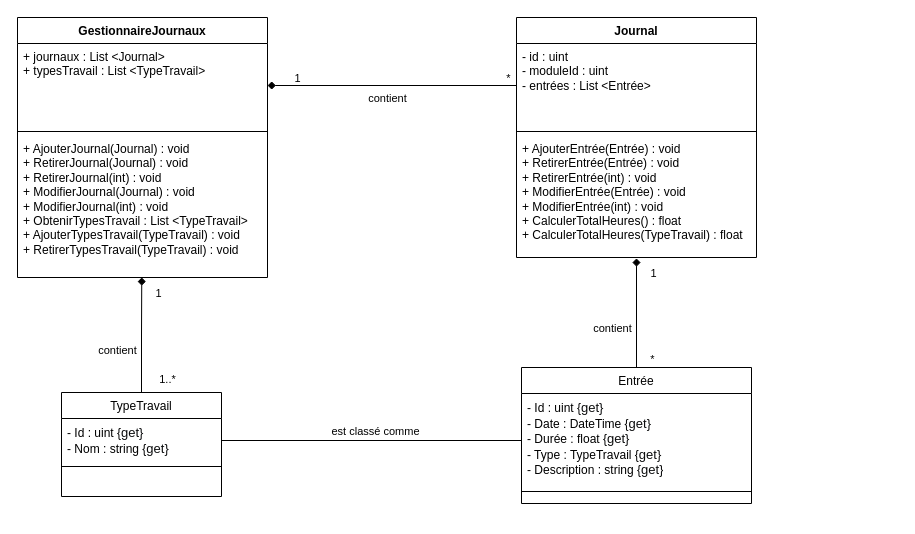
Above: page "Classes Gestion Journaux" (2 of 3) of Diagrammes/Diagrammes.drawio in Hoferlukaslh/ScholarLog (draw.io), before the change. Source tidied: cells renumbered, new cells numbered last; positions are measured from the earlier drawing's top-left corner, leaving out a move shared by most shapes. Both pictures are drawn from the tidied source at 100%, with x=0, y=0 at pixel (17, 17).
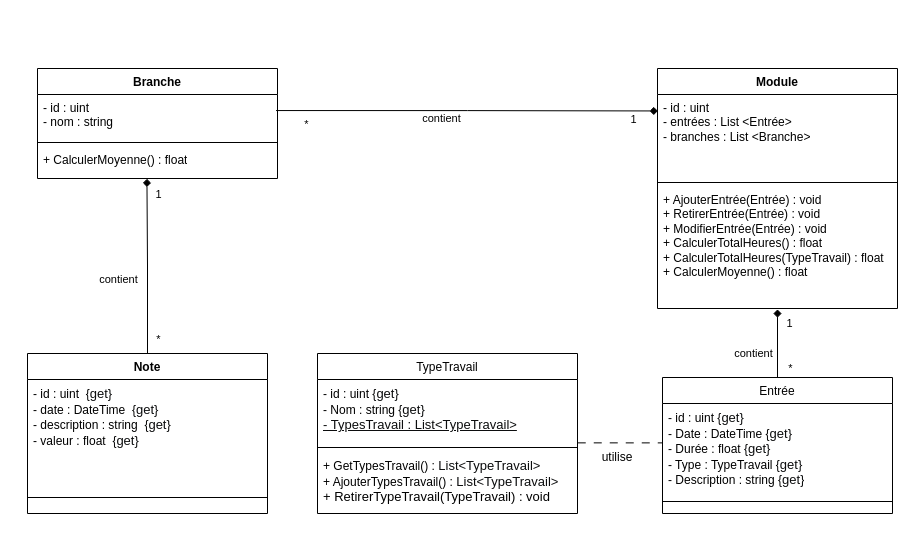
Above is the later version.

Commit message (it also covers changes not shown here):
Modification complete du diagramme de classe

The change refers to these unchanged cells:
```xml
<mxCell id="18" style="edgeStyle=orthogonalEdgeStyle;rounded=0;jettySize=auto;html=1;entryX=0.5;entryY=1.007;entryDx=0;entryDy=0;endArrow=diamond;endFill=1;entryPerimeter=0;exitX=0.5;exitY=0;exitDx=0;exitDy=0;" parent="1" edge="1" source="14" target="9">
  <mxGeometry relative="1" as="geometry" />
</mxCell>
```

Change to the diagram source:
```diff
@@
-    <mxCell id="2" value="GestionnaireJournaux" style="swimlane;fontStyle=1;align=center;verticalAlign=top;horizontal=1;startSize=26;whiteSpace=wrap;html=1;" parent="1" vertex="1">
-      <mxGeometry width="250" height="260" as="geometry" />
-    </mxCell>
-    <mxCell id="3" value="+ journaux : List &amp;lt;Journal&amp;gt;&lt;div&gt;+ typesTravail : List &amp;lt;TypeTravail&amp;gt;&lt;/div&gt;" style="text;strokeColor=none;fillColor=none;align=left;verticalAlign=top;spacingLeft=4;spacingRight=4;overflow=hidden;points=[[0,0.5],[1,0.5]];portConstraint=eastwest;whiteSpace=wrap;html=1;" parent="2" vertex="1">
-      <mxGeometry y="26" width="250" height="84" as="geometry" />
-    </mxCell>
-    <mxCell id="4" style="line;strokeWidth=1;fillColor=none;align=left;verticalAlign=middle;spacingTop=-1;spacingLeft=3;spacingRight=3;labelPosition=right;strokeColor=inherit;" parent="2" vertex="1">
-      <mxGeometry y="110" width="250" height="8" as="geometry" />
-    </mxCell>
-    <mxCell id="5" value="&lt;div&gt;+ AjouterJournal(Journal) : void&lt;/div&gt;&lt;div&gt;+ RetirerJournal(Journal) : void&lt;/div&gt;&lt;div&gt;+ RetirerJournal(int) : void&lt;/div&gt;&lt;div&gt;+ ModifierJournal(Journal) : void&lt;/div&gt;&lt;div&gt;+ ModifierJournal(int) : void&lt;/div&gt;&lt;div&gt;+ ObtenirTypesTravail :&amp;nbsp;&lt;span style=&quot;color: light-dark(rgb(0, 0, 0), rgb(255, 255, 255)); background-color: transparent;&quot;&gt;List &amp;lt;TypeTravail&amp;gt;&lt;/span&gt;&lt;/div&gt;&lt;div&gt;+ AjouterTypesTravail(&lt;span style=&quot;color: light-dark(rgb(0, 0, 0), rgb(255, 255, 255)); background-color: transparent;&quot;&gt;TypeTravail&lt;/span&gt;&lt;span style=&quot;color: light-dark(rgb(0, 0, 0), rgb(255, 255, 255)); background-color: transparent;&quot;&gt;) : void&lt;/span&gt;&lt;span style=&quot;color: light-dark(rgb(0, 0, 0), rgb(255, 255, 255)); background-color: transparent;&quot;&gt;&lt;/span&gt;&lt;/div&gt;&lt;div&gt;+ RetirerTypesTravail(&lt;span style=&quot;background-color: transparent; color: light-dark(rgb(0, 0, 0), rgb(255, 255, 255));&quot;&gt;TypeTravail&lt;/span&gt;&lt;span style=&quot;background-color: transparent; color: light-dark(rgb(0, 0, 0), rgb(255, 255, 255));&quot;&gt;) : void&lt;/span&gt;&lt;/div&gt;" style="text;strokeColor=none;fillColor=none;align=left;verticalAlign=top;spacingLeft=4;spacingRight=4;overflow=hidden;points=[[0,0.5],[1,0.5]];portConstraint=eastwest;whiteSpace=wrap;html=1;" parent="2" vertex="1">
-      <mxGeometry y="118" width="250" height="142" as="geometry" />
-    </mxCell>
-    <mxCell id="6" value="Journal" style="swimlane;fontStyle=1;align=center;verticalAlign=top;horizontal=1;startSize=26;whiteSpace=wrap;html=1;" parent="1" vertex="1">
-      <mxGeometry x="499" width="240" height="240" as="geometry" />
+    <mxCell id="6" value="Module" style="swimlane;fontStyle=1;align=center;verticalAlign=top;horizontal=1;startSize=26;whiteSpace=wrap;html=1;" parent="1" vertex="1">
+      <mxGeometry x="640" y="51" width="240" height="240" as="geometry" />
     </mxCell>
-    <mxCell id="7" value="- id : uint&lt;div&gt;- moduleId : uint&lt;br&gt;&lt;div&gt;&lt;div&gt;- entrées : List &amp;lt;Entrée&amp;gt;&lt;/div&gt;&lt;/div&gt;&lt;/div&gt;" style="text;strokeColor=none;fillColor=none;align=left;verticalAlign=top;spacingLeft=4;spacingRight=4;overflow=hidden;points=[[0,0.5],[1,0.5]];portConstraint=eastwest;whiteSpace=wrap;html=1;" parent="6" vertex="1">
+    <mxCell id="7" value="- id : uint&lt;div&gt;&lt;div&gt;&lt;div&gt;- entrées : List &amp;lt;Entrée&amp;gt;&lt;/div&gt;&lt;/div&gt;&lt;/div&gt;&lt;div&gt;- branches : List &amp;lt;Branche&amp;gt;&lt;/div&gt;&lt;div&gt;&lt;br&gt;&lt;/div&gt;" style="text;strokeColor=none;fillColor=none;align=left;verticalAlign=top;spacingLeft=4;spacingRight=4;overflow=hidden;points=[[0,0.5],[1,0.5]];portConstraint=eastwest;whiteSpace=wrap;html=1;" parent="6" vertex="1">
       <mxGeometry y="26" width="240" height="84" as="geometry" />
     </mxCell>
@@
-    <mxCell id="9" value="&lt;div&gt;+ AjouterEntrée(Entrée) : void&lt;/div&gt;&lt;div&gt;+&lt;span style=&quot;color: light-dark(rgb(0, 0, 0), rgb(255, 255, 255)); background-color: transparent;&quot;&gt;&amp;nbsp;RetirerEntrée(Entrée) : void&lt;/span&gt;&lt;/div&gt;&lt;div&gt;+&lt;span style=&quot;color: light-dark(rgb(0, 0, 0), rgb(255, 255, 255)); background-color: transparent;&quot;&gt;&amp;nbsp;RetirerEntrée(int) : void&lt;/span&gt;&lt;span style=&quot;color: light-dark(rgb(0, 0, 0), rgb(255, 255, 255)); background-color: transparent;&quot;&gt;&lt;/span&gt;&lt;/div&gt;&lt;div&gt;+ ModifierEntrée(Entrée) : void&lt;/div&gt;&lt;div&gt;+ ModifierEntrée(int) : void&lt;/div&gt;&lt;div&gt;&lt;div&gt;+ CalculerTotalHeures() : float&lt;/div&gt;&lt;div&gt;&lt;div&gt;+ CalculerTotalHeures(TypeTravail) : float&lt;/div&gt;&lt;div&gt;&lt;br&gt;&lt;/div&gt;&lt;/div&gt;&lt;/div&gt;&lt;div&gt;&lt;br&gt;&lt;/div&gt;" style="text;strokeColor=none;fillColor=none;align=left;verticalAlign=top;spacingLeft=4;spacingRight=4;overflow=hidden;points=[[0,0.5],[1,0.5]];portConstraint=eastwest;whiteSpace=wrap;html=1;" parent="6" vertex="1">
+    <mxCell id="9" value="&lt;div&gt;+ AjouterEntrée(Entrée) : void&lt;/div&gt;&lt;div&gt;+&lt;span style=&quot;color: light-dark(rgb(0, 0, 0), rgb(255, 255, 255)); background-color: transparent;&quot;&gt;&amp;nbsp;RetirerEntrée(Entrée) : void&lt;/span&gt;&lt;/div&gt;&lt;div&gt;+ ModifierEntrée(Entrée) : void&lt;/div&gt;&lt;div&gt;&lt;div&gt;+ CalculerTotalHeures() : float&lt;/div&gt;&lt;div&gt;&lt;div&gt;+ CalculerTotalHeures(TypeTravail) : float&lt;/div&gt;&lt;div&gt;+ CalculerMoyenne() : float&lt;/div&gt;&lt;/div&gt;&lt;/div&gt;&lt;div&gt;&lt;br&gt;&lt;/div&gt;" style="text;strokeColor=none;fillColor=none;align=left;verticalAlign=top;spacingLeft=4;spacingRight=4;overflow=hidden;points=[[0,0.5],[1,0.5]];portConstraint=eastwest;whiteSpace=wrap;html=1;" parent="6" vertex="1">
       <mxGeometry y="118" width="240" height="122" as="geometry" />
     </mxCell>
-    <mxCell id="10" style="edgeStyle=orthogonalEdgeStyle;rounded=0;jettySize=auto;html=1;entryX=1;entryY=0.5;entryDx=0;entryDy=0;endArrow=diamond;endFill=1;" parent="1" edge="1" source="7" target="3">
-      <mxGeometry relative="1" as="geometry" />
-    </mxCell>
-    <mxCell id="11" value="1" style="edgeLabel;html=1;align=center;verticalAlign=middle;" parent="10" vertex="1">
-      <mxGeometry x="0.77" y="1" relative="1" as="geometry">
-        <mxPoint y="-9" as="offset" />
-      </mxGeometry>
-    </mxCell>
-    <mxCell id="12" value="*" style="edgeLabel;html=1;align=center;verticalAlign=middle;" parent="10" vertex="1">
-      <mxGeometry x="-0.39" y="-1" relative="1" as="geometry">
-        <mxPoint x="67" y="-7" as="offset" />
-      </mxGeometry>
-    </mxCell>
-    <mxCell id="13" value="contient" style="edgeLabel;html=1;align=center;verticalAlign=middle;" parent="10" vertex="1">
-      <mxGeometry x="0.07" y="-2" relative="1" as="geometry">
-        <mxPoint x="3" y="14" as="offset" />
-      </mxGeometry>
-    </mxCell>
     <mxCell id="14" value="&lt;span style=&quot;font-weight: 400; text-align: left;&quot;&gt;Entrée&lt;/span&gt;" style="swimlane;fontStyle=1;align=center;verticalAlign=top;horizontal=1;startSize=26;whiteSpace=wrap;html=1;" parent="1" vertex="1">
-      <mxGeometry x="504" y="350" width="230" height="136" as="geometry" />
+      <mxGeometry x="645" y="360" width="230" height="136" as="geometry" />
     </mxCell>
-    <mxCell id="15" value="- Id : uint {&lt;font color=&quot;#0c0d0e&quot;&gt;&lt;span style=&quot;font-size: 13px;&quot;&gt;get}&lt;/span&gt;&lt;/font&gt;&lt;div&gt;- Date : DateTime&amp;nbsp;&lt;span style=&quot;background-color: transparent; color: light-dark(rgb(0, 0, 0), rgb(255, 255, 255));&quot;&gt;{&lt;/span&gt;&lt;font color=&quot;#0c0d0e&quot; style=&quot;background-color: transparent;&quot;&gt;&lt;span style=&quot;font-size: 13px;&quot;&gt;get}&lt;/span&gt;&lt;/font&gt;&lt;/div&gt;&lt;div&gt;- Durée : float {&lt;font color=&quot;#0c0d0e&quot;&gt;&lt;span style=&quot;font-size: 13px;&quot;&gt;get}&lt;/span&gt;&lt;/font&gt;&lt;br&gt;- Type : TypeTravail&amp;nbsp;&lt;span style=&quot;background-color: transparent; color: light-dark(rgb(0, 0, 0), rgb(255, 255, 255));&quot;&gt;{&lt;/span&gt;&lt;font color=&quot;#0c0d0e&quot; style=&quot;background-color: transparent;&quot;&gt;&lt;span style=&quot;font-size: 13px;&quot;&gt;get}&lt;/span&gt;&lt;/font&gt;&lt;/div&gt;&lt;div&gt;- Description : string&amp;nbsp;&lt;span style=&quot;background-color: transparent; color: light-dark(rgb(0, 0, 0), rgb(255, 255, 255));&quot;&gt;{&lt;/span&gt;&lt;font color=&quot;#0c0d0e&quot; style=&quot;background-color: transparent;&quot;&gt;&lt;span style=&quot;font-size: 13px;&quot;&gt;get}&lt;/span&gt;&lt;/font&gt;&lt;/div&gt;" style="text;strokeColor=none;fillColor=none;align=left;verticalAlign=top;spacingLeft=4;spacingRight=4;overflow=hidden;points=[[0,0.5],[1,0.5]];portConstraint=eastwest;whiteSpace=wrap;html=1;" parent="14" vertex="1">
+    <mxCell id="15" value="- id : uint {&lt;font color=&quot;#0c0d0e&quot;&gt;&lt;span style=&quot;font-size: 13px;&quot;&gt;get}&lt;/span&gt;&lt;/font&gt;&lt;div&gt;- Date : DateTime&amp;nbsp;&lt;span style=&quot;background-color: transparent; color: light-dark(rgb(0, 0, 0), rgb(255, 255, 255));&quot;&gt;{&lt;/span&gt;&lt;font color=&quot;#0c0d0e&quot; style=&quot;background-color: transparent;&quot;&gt;&lt;span style=&quot;font-size: 13px;&quot;&gt;get}&lt;/span&gt;&lt;/font&gt;&lt;/div&gt;&lt;div&gt;- Durée : float {&lt;font color=&quot;#0c0d0e&quot;&gt;&lt;span style=&quot;font-size: 13px;&quot;&gt;get}&lt;/span&gt;&lt;/font&gt;&lt;br&gt;- Type : TypeTravail&amp;nbsp;&lt;span style=&quot;background-color: transparent; color: light-dark(rgb(0, 0, 0), rgb(255, 255, 255));&quot;&gt;{&lt;/span&gt;&lt;font color=&quot;#0c0d0e&quot; style=&quot;background-color: transparent;&quot;&gt;&lt;span style=&quot;font-size: 13px;&quot;&gt;get}&lt;/span&gt;&lt;/font&gt;&lt;/div&gt;&lt;div&gt;- Description : string&amp;nbsp;&lt;span style=&quot;background-color: transparent; color: light-dark(rgb(0, 0, 0), rgb(255, 255, 255));&quot;&gt;{&lt;/span&gt;&lt;font color=&quot;#0c0d0e&quot; style=&quot;background-color: transparent;&quot;&gt;&lt;span style=&quot;font-size: 13px;&quot;&gt;get}&lt;/span&gt;&lt;/font&gt;&lt;/div&gt;" style="text;strokeColor=none;fillColor=none;align=left;verticalAlign=top;spacingLeft=4;spacingRight=4;overflow=hidden;points=[[0,0.5],[1,0.5]];portConstraint=eastwest;whiteSpace=wrap;html=1;" parent="14" vertex="1">
       <mxGeometry y="26" width="230" height="94" as="geometry" />
     </mxCell>
@@
     <mxCell id="19" value="1" style="edgeLabel;html=1;align=center;verticalAlign=middle;" parent="18" vertex="1">
       <mxGeometry x="0.77" y="1" relative="1" as="geometry">
-        <mxPoint x="17" y="2" as="offset" />
+        <mxPoint x="12" y="5" as="offset" />
       </mxGeometry>
     </mxCell>
     <mxCell id="20" value="*" style="edgeLabel;html=1;align=center;verticalAlign=middle;" parent="18" vertex="1">
       <mxGeometry x="-0.39" y="-1" relative="1" as="geometry">
-        <mxPoint x="14" y="24" as="offset" />
+        <mxPoint x="11" y="11" as="offset" />
       </mxGeometry>
     </mxCell>
@@
     <mxCell id="22" value="&lt;span style=&quot;font-weight: 400; text-align: left;&quot;&gt;TypeTravail&lt;/span&gt;" style="swimlane;fontStyle=1;align=center;verticalAlign=top;horizontal=1;startSize=26;whiteSpace=wrap;html=1;" parent="1" vertex="1">
-      <mxGeometry x="44" y="375" width="160" height="104" as="geometry" />
+      <mxGeometry x="300" y="336" width="260" height="160" as="geometry" />
     </mxCell>
-    <mxCell id="23" value="- Id : uint {&lt;font color=&quot;#0c0d0e&quot;&gt;&lt;span style=&quot;font-size: 13px;&quot;&gt;get}&lt;/span&gt;&lt;/font&gt;&lt;br&gt;- Nom : string {&lt;font color=&quot;#0c0d0e&quot;&gt;&lt;span style=&quot;font-size: 13px;&quot;&gt;get}&lt;/span&gt;&lt;/font&gt;" style="text;strokeColor=none;fillColor=none;align=left;verticalAlign=top;spacingLeft=4;spacingRight=4;overflow=hidden;points=[[0,0.5],[1,0.5]];portConstraint=eastwest;whiteSpace=wrap;html=1;" parent="22" vertex="1">
-      <mxGeometry y="26" width="160" height="44" as="geometry" />
+    <mxCell id="23" value="- id : uint {&lt;font color=&quot;#0c0d0e&quot;&gt;&lt;span style=&quot;font-size: 13px;&quot;&gt;get}&lt;/span&gt;&lt;/font&gt;&lt;br&gt;- Nom : string {&lt;font color=&quot;#0c0d0e&quot;&gt;&lt;span style=&quot;font-size: 13px;&quot;&gt;get}&lt;/span&gt;&lt;/font&gt;&lt;div&gt;&lt;font color=&quot;#0c0d0e&quot;&gt;&lt;span style=&quot;font-size: 13px;&quot;&gt;&lt;u&gt;- TypesTravail : List&amp;lt;TypeTravail&amp;gt;&lt;/u&gt;&lt;br&gt;&lt;/span&gt;&lt;/font&gt;&lt;div&gt;&lt;font color=&quot;#0c0d0e&quot;&gt;&lt;span style=&quot;font-size: 13px;&quot;&gt;&lt;br&gt;&lt;/span&gt;&lt;/font&gt;&lt;/div&gt;&lt;/div&gt;" style="text;strokeColor=none;fillColor=none;align=left;verticalAlign=top;spacingLeft=4;spacingRight=4;overflow=hidden;points=[[0,0.5],[1,0.5]];portConstraint=eastwest;whiteSpace=wrap;html=1;" parent="22" vertex="1">
+      <mxGeometry y="26" width="260" height="64" as="geometry" />
     </mxCell>
     <mxCell id="24" style="line;strokeWidth=1;fillColor=none;align=left;verticalAlign=middle;spacingTop=-1;spacingLeft=3;spacingRight=3;labelPosition=right;strokeColor=inherit;" parent="22" vertex="1">
-      <mxGeometry y="70" width="160" height="8" as="geometry" />
+      <mxGeometry y="90" width="260" height="8" as="geometry" />
     </mxCell>
-    <mxCell id="25" value="&amp;nbsp;" style="text;strokeColor=none;fillColor=none;align=left;verticalAlign=top;spacingLeft=4;spacingRight=4;overflow=hidden;whiteSpace=wrap;html=1;" parent="22" vertex="1">
-      <mxGeometry y="78" width="160" height="26" as="geometry" />
+    <mxCell id="25" value="+ GetTypesTravail() :&amp;nbsp;&lt;font&gt;&lt;span style=&quot;color: rgb(12, 13, 14); font-size: 13px;&quot;&gt;List&amp;lt;TypeTravail&amp;gt;&lt;br&gt;&lt;/span&gt;&lt;span style=&quot;color: rgb(0, 0, 0);&quot;&gt;+ AjouterTypesTravail() :&amp;nbsp;&lt;/span&gt;&lt;font color=&quot;#0c0d0e&quot;&gt;&lt;span style=&quot;font-size: 13px;&quot;&gt;List&amp;lt;TypeTravail&amp;gt;&lt;br&gt;&lt;/span&gt;&lt;/font&gt;&lt;span style=&quot;font-size: 13px;&quot;&gt;+ RetirerTypeTravail(TypeTravail) : void&lt;/span&gt;&lt;/font&gt;" style="text;strokeColor=none;fillColor=none;align=left;verticalAlign=top;spacingLeft=4;spacingRight=4;overflow=hidden;whiteSpace=wrap;html=1;" parent="22" vertex="1">
+      <mxGeometry y="98" width="260" height="62" as="geometry" />
     </mxCell>
-    <mxCell id="26" style="endArrow=none;html=1;rounded=0;entryX=1;entryY=0.5;entryDx=0;entryDy=0;exitX=0;exitY=0.5;exitDx=0;exitDy=0;" parent="1" edge="1" source="15" target="23">
-      <mxGeometry relative="1" as="geometry" />
-    </mxCell>
-    <mxCell id="27" value="est classé comme" style="edgeLabel;html=1;align=center;verticalAlign=middle;" parent="26" vertex="1">
-      <mxGeometry y="-1" relative="1" as="geometry">
-        <mxPoint x="3" y="-9" as="offset" />
-      </mxGeometry>
-    </mxCell>
-    <mxCell id="28" style="edgeStyle=orthogonalEdgeStyle;rounded=0;jettySize=auto;html=1;entryX=0.497;entryY=0.999;entryDx=0;entryDy=0;endArrow=diamond;endFill=1;entryPerimeter=0;exitX=0.5;exitY=0;exitDx=0;exitDy=0;" parent="1" edge="1" source="22" target="5">
-      <mxGeometry relative="1" as="geometry" />
-    </mxCell>
-    <mxCell id="29" value="1" style="edgeLabel;html=1;align=center;verticalAlign=middle;" parent="28" vertex="1">
-      <mxGeometry x="0.77" y="1" relative="1" as="geometry">
-        <mxPoint x="17" y="2" as="offset" />
-      </mxGeometry>
-    </mxCell>
-    <mxCell id="30" value="1..*" style="edgeLabel;html=1;align=center;verticalAlign=middle;" parent="28" vertex="1">
-      <mxGeometry x="-0.39" y="-1" relative="1" as="geometry">
-        <mxPoint x="24" y="21" as="offset" />
-      </mxGeometry>
-    </mxCell>
-    <mxCell id="31" value="contient" style="edgeLabel;html=1;align=center;verticalAlign=middle;" parent="28" vertex="1">
-      <mxGeometry x="-0.26" y="3" relative="1" as="geometry">
-        <mxPoint x="-22" as="offset" />
-      </mxGeometry>
-    </mxCell>
+    <mxCell id="32" value="Branche" style="swimlane;fontStyle=1;align=center;verticalAlign=top;horizontal=1;startSize=26;whiteSpace=wrap;html=1;" parent="1" vertex="1">
+      <mxGeometry x="20" y="51" width="240" height="110" as="geometry" />
+    </mxCell>
+    <mxCell id="33" value="- id : uint&lt;div&gt;&lt;div&gt;&lt;div&gt;- nom : string&lt;/div&gt;&lt;/div&gt;&lt;/div&gt;" style="text;strokeColor=none;fillColor=none;align=left;verticalAlign=top;spacingLeft=4;spacingRight=4;overflow=hidden;points=[[0,0.5],[1,0.5]];portConstraint=eastwest;whiteSpace=wrap;html=1;" parent="32" vertex="1">
+      <mxGeometry y="26" width="240" height="44" as="geometry" />
+    </mxCell>
+    <mxCell id="34" style="line;strokeWidth=1;fillColor=none;align=left;verticalAlign=middle;spacingTop=-1;spacingLeft=3;spacingRight=3;labelPosition=right;strokeColor=inherit;" parent="32" vertex="1">
+      <mxGeometry y="70" width="240" height="8" as="geometry" />
+    </mxCell>
+    <mxCell id="35" value="&lt;div&gt;+ CalculerMoyenne() : float&lt;/div&gt;" style="text;strokeColor=none;fillColor=none;align=left;verticalAlign=top;spacingLeft=4;spacingRight=4;overflow=hidden;points=[[0,0.5],[1,0.5]];portConstraint=eastwest;whiteSpace=wrap;html=1;" parent="32" vertex="1">
+      <mxGeometry y="78" width="240" height="32" as="geometry" />
+    </mxCell>
+    <mxCell id="36" style="edgeStyle=orthogonalEdgeStyle;rounded=0;jettySize=auto;html=1;endArrow=diamond;endFill=1;exitX=0.994;exitY=0.365;exitDx=0;exitDy=0;exitPerimeter=0;entryX=0.002;entryY=0.196;entryDx=0;entryDy=0;entryPerimeter=0;" parent="1" edge="1" source="33" target="7">
+      <mxGeometry relative="1" as="geometry" />
+    </mxCell>
+    <mxCell id="37" value="1" style="edgeLabel;html=1;align=center;verticalAlign=middle;" parent="36" vertex="1">
+      <mxGeometry x="0.77" y="1" relative="1" as="geometry">
+        <mxPoint x="19" y="9" as="offset" />
+      </mxGeometry>
+    </mxCell>
+    <mxCell id="38" value="*" style="edgeLabel;html=1;align=center;verticalAlign=middle;" parent="36" vertex="1">
+      <mxGeometry x="-0.39" y="-1" relative="1" as="geometry">
+        <mxPoint x="-87" y="12" as="offset" />
+      </mxGeometry>
+    </mxCell>
+    <mxCell id="39" value="contient" style="edgeLabel;html=1;align=center;verticalAlign=middle;" parent="36" vertex="1">
+      <mxGeometry x="-0.26" y="3" relative="1" as="geometry">
+        <mxPoint x="24" y="10" as="offset" />
+      </mxGeometry>
+    </mxCell>
+    <mxCell id="40" value="Note" style="swimlane;fontStyle=1;align=center;verticalAlign=top;horizontal=1;startSize=26;whiteSpace=wrap;html=1;" parent="1" vertex="1">
+      <mxGeometry x="10" y="336" width="240" height="160" as="geometry" />
+    </mxCell>
+    <mxCell id="41" value="- id : uint&amp;nbsp;&amp;nbsp;{&lt;font color=&quot;#0c0d0e&quot;&gt;&lt;span style=&quot;font-size: 13px;&quot;&gt;get}&lt;/span&gt;&lt;/font&gt;&lt;div&gt;&lt;div&gt;&lt;div&gt;- date : DateTime&amp;nbsp;&lt;span style=&quot;background-color: transparent; color: light-dark(rgb(0, 0, 0), rgb(255, 255, 255));&quot;&gt;&amp;nbsp;&lt;/span&gt;&lt;span style=&quot;background-color: transparent; color: light-dark(rgb(0, 0, 0), rgb(255, 255, 255));&quot;&gt;{&lt;/span&gt;&lt;font color=&quot;#0c0d0e&quot; style=&quot;background-color: transparent;&quot;&gt;&lt;span style=&quot;font-size: 13px;&quot;&gt;get}&lt;/span&gt;&lt;/font&gt;&lt;/div&gt;&lt;/div&gt;&lt;/div&gt;&lt;div&gt;- description : string&amp;nbsp;&lt;span style=&quot;background-color: transparent; color: light-dark(rgb(0, 0, 0), rgb(255, 255, 255));&quot;&gt;&amp;nbsp;&lt;/span&gt;&lt;span style=&quot;background-color: transparent; color: light-dark(rgb(0, 0, 0), rgb(255, 255, 255));&quot;&gt;{&lt;/span&gt;&lt;font color=&quot;#0c0d0e&quot; style=&quot;background-color: transparent;&quot;&gt;&lt;span style=&quot;font-size: 13px;&quot;&gt;get}&lt;/span&gt;&lt;/font&gt;&lt;/div&gt;&lt;div&gt;- valeur : float&amp;nbsp;&lt;span style=&quot;background-color: transparent; color: light-dark(rgb(0, 0, 0), rgb(255, 255, 255));&quot;&gt;&amp;nbsp;&lt;/span&gt;&lt;span style=&quot;background-color: transparent; color: light-dark(rgb(0, 0, 0), rgb(255, 255, 255));&quot;&gt;{&lt;/span&gt;&lt;font color=&quot;#0c0d0e&quot; style=&quot;background-color: transparent;&quot;&gt;&lt;span style=&quot;font-size: 13px;&quot;&gt;get}&lt;/span&gt;&lt;/font&gt;&lt;/div&gt;" style="text;strokeColor=none;fillColor=none;align=left;verticalAlign=top;spacingLeft=4;spacingRight=4;overflow=hidden;whiteSpace=wrap;html=1;" parent="40" vertex="1">
+      <mxGeometry y="26" width="240" height="114" as="geometry" />
+    </mxCell>
+    <mxCell id="42" style="line;strokeWidth=1;fillColor=none;align=left;verticalAlign=middle;spacingTop=-1;spacingLeft=3;spacingRight=3;labelPosition=right;strokeColor=inherit;" parent="40" vertex="1">
+      <mxGeometry y="140" width="240" height="8" as="geometry" />
+    </mxCell>
+    <mxCell id="43" value="&lt;div&gt;&lt;br&gt;&lt;/div&gt;" style="text;strokeColor=none;fillColor=none;align=left;verticalAlign=top;spacingLeft=4;spacingRight=4;overflow=hidden;whiteSpace=wrap;html=1;" parent="40" vertex="1">
+      <mxGeometry y="148" width="240" height="12" as="geometry" />
+    </mxCell>
+    <mxCell id="44" style="edgeStyle=orthogonalEdgeStyle;rounded=0;jettySize=auto;html=1;entryX=0.456;entryY=1.006;entryDx=0;entryDy=0;endArrow=diamond;endFill=1;exitX=0.5;exitY=0;exitDx=0;exitDy=0;entryPerimeter=0;" parent="1" edge="1" source="40" target="35">
+      <mxGeometry relative="1" as="geometry" />
+    </mxCell>
+    <mxCell id="45" value="1" style="edgeLabel;html=1;align=center;verticalAlign=middle;" parent="44" vertex="1">
+      <mxGeometry x="0.77" y="1" relative="1" as="geometry">
+        <mxPoint x="12" y="-5" as="offset" />
+      </mxGeometry>
+    </mxCell>
+    <mxCell id="46" value="*" style="edgeLabel;html=1;align=center;verticalAlign=middle;" parent="44" vertex="1">
+      <mxGeometry x="-0.39" y="-1" relative="1" as="geometry">
+        <mxPoint x="9" y="38" as="offset" />
+      </mxGeometry>
+    </mxCell>
+    <mxCell id="47" value="contient" style="edgeLabel;html=1;align=center;verticalAlign=middle;" parent="44" vertex="1">
+      <mxGeometry x="-0.26" y="3" relative="1" as="geometry">
+        <mxPoint x="-27" y="-10" as="offset" />
+      </mxGeometry>
+    </mxCell>
+    <mxCell id="48" style="endArrow=none;dashed=1;html=1;rounded=0;exitX=1.001;exitY=0.99;exitDx=0;exitDy=0;entryX=-0.001;entryY=0.419;entryDx=0;entryDy=0;entryPerimeter=0;dashPattern=8 8;exitPerimeter=0;" parent="1" edge="1" source="23" target="15">
+      <mxGeometry relative="1" as="geometry" />
+    </mxCell>
+    <mxCell id="49" value="utilise" style="text;html=1;whiteSpace=wrap;strokeColor=none;fillColor=none;align=center;verticalAlign=middle;rounded=0;" parent="1" vertex="1">
+      <mxGeometry x="570" y="430" width="60" height="19" as="geometry" />
+    </mxCell>
```
